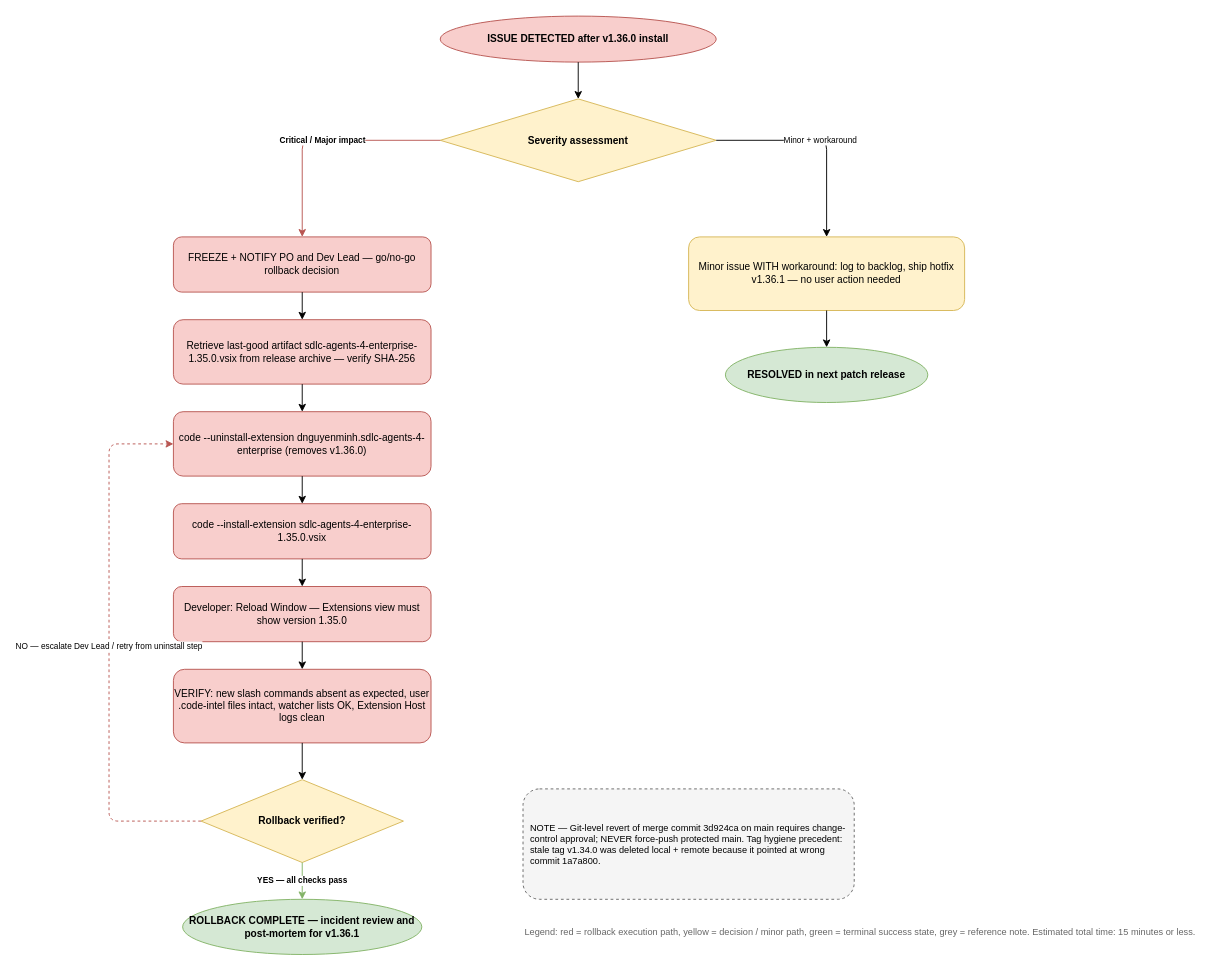
Earlier version of the draw.io diagram documents/SA4E-193/diagrams/rollback-flow.drawio (TranHoang1/SDLC-Agents-4-Enteprise). Source tidied: cells renumbered, new cells numbered last; positions are measured from the earlier drawing's top-left corner, leaving out a move shared by most shapes. Both pictures are drawn from the tidied source at 92%, with x=0, y=0 at pixel (109, 16).
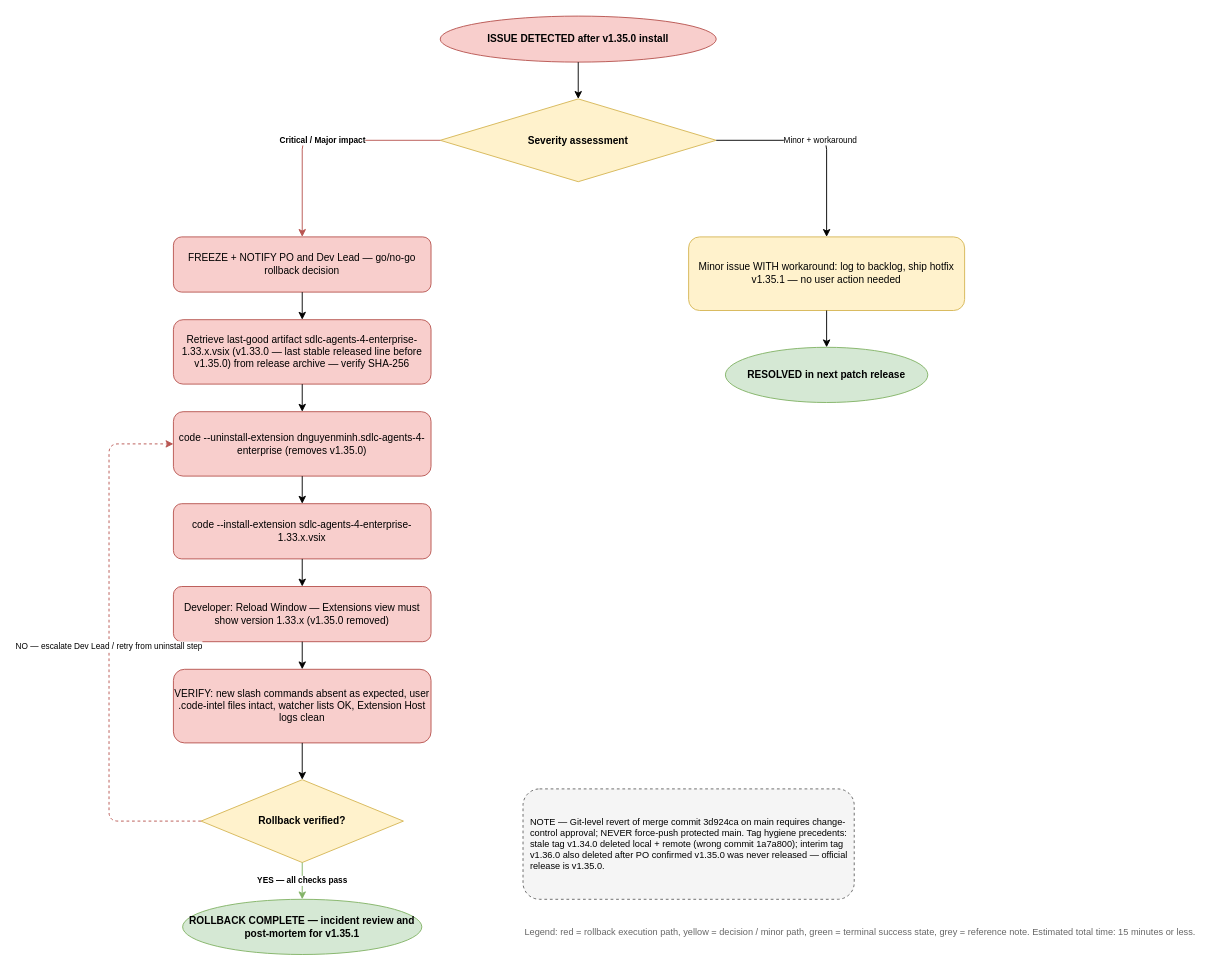
After the change.

Commit message (it also covers changes not shown here):
docs(SA4E-193): correct release version to v1.35.0 — DPG/RLN v1.1, diagrams re-exported, STATUS/RUN-LOG bookkeeping

What changed in the source:
```diff
@@
-    <mxCell id="2" value="ISSUE DETECTED after v1.36.0 install" style="ellipse;whiteSpace=wrap;html=1;fillColor=#f8cecc;strokeColor=#b85450;fontSize=11;fontStyle=1;" parent="1" vertex="1">
+    <mxCell id="2" value="ISSUE DETECTED after v1.35.0 install" style="ellipse;whiteSpace=wrap;html=1;fillColor=#f8cecc;strokeColor=#b85450;fontSize=11;fontStyle=1;" parent="1" vertex="1">
       <mxGeometry x="360" width="300" height="50" as="geometry" />
     </mxCell>
@@
-    <mxCell id="7" value="Minor issue WITH workaround: log to backlog, ship hotfix v1.36.1 — no user action needed" style="rounded=1;whiteSpace=wrap;html=1;fillColor=#fff2cc;strokeColor=#d6b656;fontSize=11;" parent="1" vertex="1">
+    <mxCell id="7" value="Minor issue WITH workaround: log to backlog, ship hotfix v1.35.1 — no user action needed" style="rounded=1;whiteSpace=wrap;html=1;fillColor=#fff2cc;strokeColor=#d6b656;fontSize=11;" parent="1" vertex="1">
       <mxGeometry x="630" y="240" width="300" height="80" as="geometry" />
     </mxCell>
@@
-    <mxCell id="11" value="Retrieve last-good artifact sdlc-agents-4-enterprise-1.35.0.vsix from release archive — verify SHA-256" style="rounded=1;whiteSpace=wrap;html=1;fillColor=#f8cecc;strokeColor=#b85450;fontSize=11;" parent="1" vertex="1">
+    <mxCell id="11" value="Retrieve last-good artifact sdlc-agents-4-enterprise-1.33.x.vsix (v1.33.0 — last stable released line before v1.35.0) from release archive — verify SHA-256" style="rounded=1;whiteSpace=wrap;html=1;fillColor=#f8cecc;strokeColor=#b85450;fontSize=11;" parent="1" vertex="1">
       <mxGeometry x="70" y="330" width="280" height="70" as="geometry" />
     </mxCell>
-    <mxCell id="12" value="code --uninstall-extension dnguyenminh.sdlc-agents-4-enterprise (removes v1.36.0)" style="rounded=1;whiteSpace=wrap;html=1;fillColor=#f8cecc;strokeColor=#b85450;fontSize=11;" parent="1" vertex="1">
+    <mxCell id="12" value="code --uninstall-extension dnguyenminh.sdlc-agents-4-enterprise (removes v1.35.0)" style="rounded=1;whiteSpace=wrap;html=1;fillColor=#f8cecc;strokeColor=#b85450;fontSize=11;" parent="1" vertex="1">
       <mxGeometry x="70" y="430" width="280" height="70" as="geometry" />
     </mxCell>
-    <mxCell id="13" value="code --install-extension sdlc-agents-4-enterprise-1.35.0.vsix" style="rounded=1;whiteSpace=wrap;html=1;fillColor=#f8cecc;strokeColor=#b85450;fontSize=11;" parent="1" vertex="1">
+    <mxCell id="13" value="code --install-extension sdlc-agents-4-enterprise-1.33.x.vsix" style="rounded=1;whiteSpace=wrap;html=1;fillColor=#f8cecc;strokeColor=#b85450;fontSize=11;" parent="1" vertex="1">
       <mxGeometry x="70" y="530" width="280" height="60" as="geometry" />
     </mxCell>
-    <mxCell id="14" value="Developer: Reload Window — Extensions view must show version 1.35.0" style="rounded=1;whiteSpace=wrap;html=1;fillColor=#f8cecc;strokeColor=#b85450;fontSize=11;" parent="1" vertex="1">
+    <mxCell id="14" value="Developer: Reload Window — Extensions view must show version 1.33.x (v1.35.0 removed)" style="rounded=1;whiteSpace=wrap;html=1;fillColor=#f8cecc;strokeColor=#b85450;fontSize=11;" parent="1" vertex="1">
       <mxGeometry x="70" y="620" width="280" height="60" as="geometry" />
     </mxCell>
@@
-    <mxCell id="23" value="ROLLBACK COMPLETE — incident review and post-mortem for v1.36.1" style="ellipse;whiteSpace=wrap;html=1;fillColor=#d5e8d4;strokeColor=#82b366;fontSize=11;fontStyle=1;" parent="1" vertex="1">
+    <mxCell id="23" value="ROLLBACK COMPLETE — incident review and post-mortem for v1.35.1" style="ellipse;whiteSpace=wrap;html=1;fillColor=#d5e8d4;strokeColor=#82b366;fontSize=11;fontStyle=1;" parent="1" vertex="1">
       <mxGeometry x="80" y="960" width="260" height="60" as="geometry" />
     </mxCell>
@@
-    <mxCell id="26" value="NOTE — Git-level revert of merge commit 3d924ca on main requires change-control approval; NEVER force-push protected main. Tag hygiene precedent: stale tag v1.34.0 was deleted local + remote because it pointed at wrong commit 1a7a800." style="rounded=1;whiteSpace=wrap;html=1;fillColor=#f5f5f5;strokeColor=#666666;fontSize=10;dashed=1;align=left;spacing=8;" parent="1" vertex="1">
+    <mxCell id="26" value="NOTE — Git-level revert of merge commit 3d924ca on main requires change-control approval; NEVER force-push protected main. Tag hygiene precedents: stale tag v1.34.0 deleted local + remote (wrong commit 1a7a800); interim tag v1.36.0 also deleted after PO confirmed v1.35.0 was never released — official release is v1.35.0." style="rounded=1;whiteSpace=wrap;html=1;fillColor=#f5f5f5;strokeColor=#666666;fontSize=10;dashed=1;align=left;spacing=8;" parent="1" vertex="1">
       <mxGeometry x="450" y="840" width="360" height="120" as="geometry" />
     </mxCell>
```
